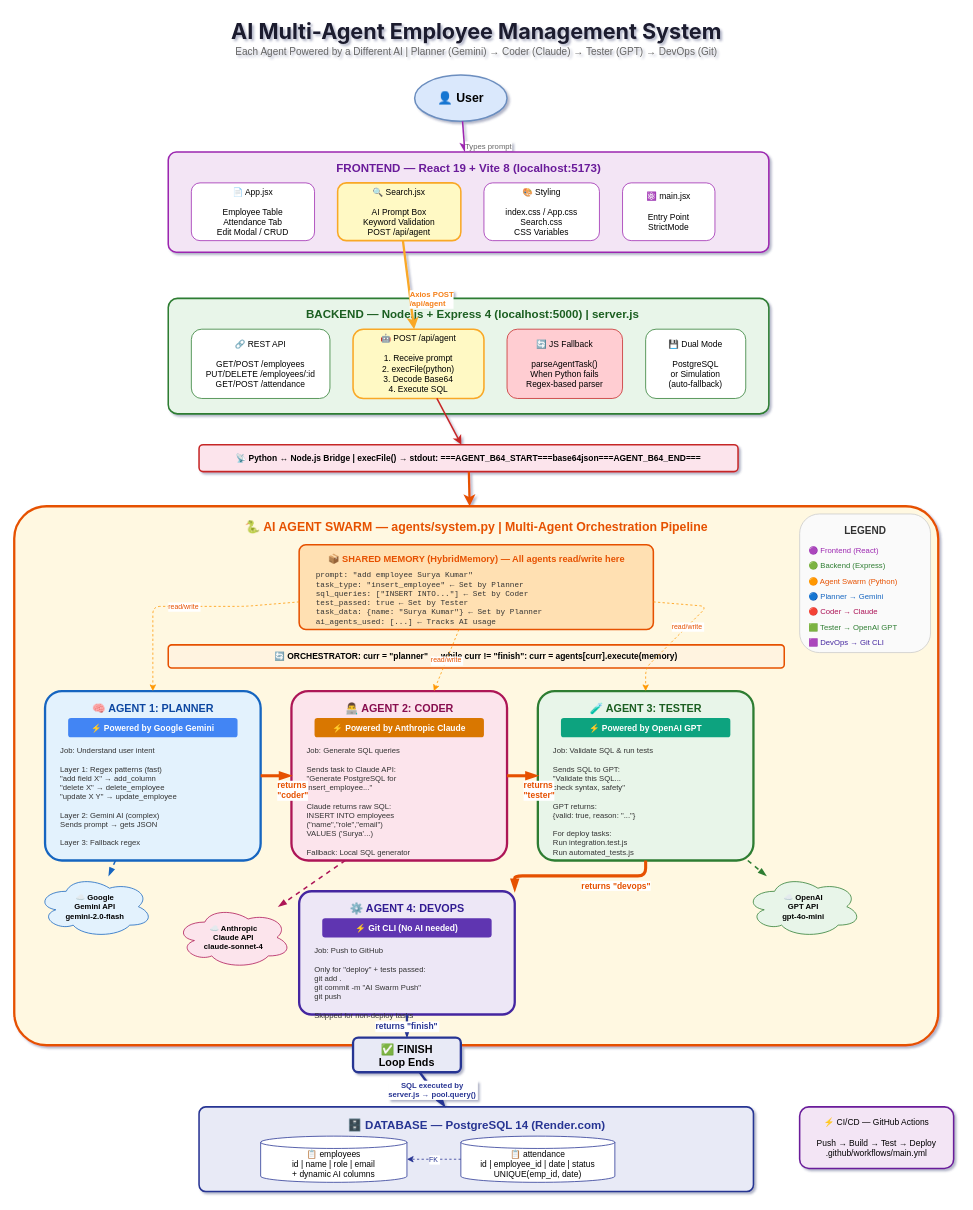
Earlier version of the draw.io diagram architecture-diagram.drawio (Suryaprakash20038/Multiple-Agent). Source tidied: cells renumbered, new cells numbered last; positions are measured from the earlier drawing's top-left corner, leaving out a move shared by most shapes. Both pictures are drawn from the tidied source at 77%, with x=0, y=0 at pixel (14, 13).
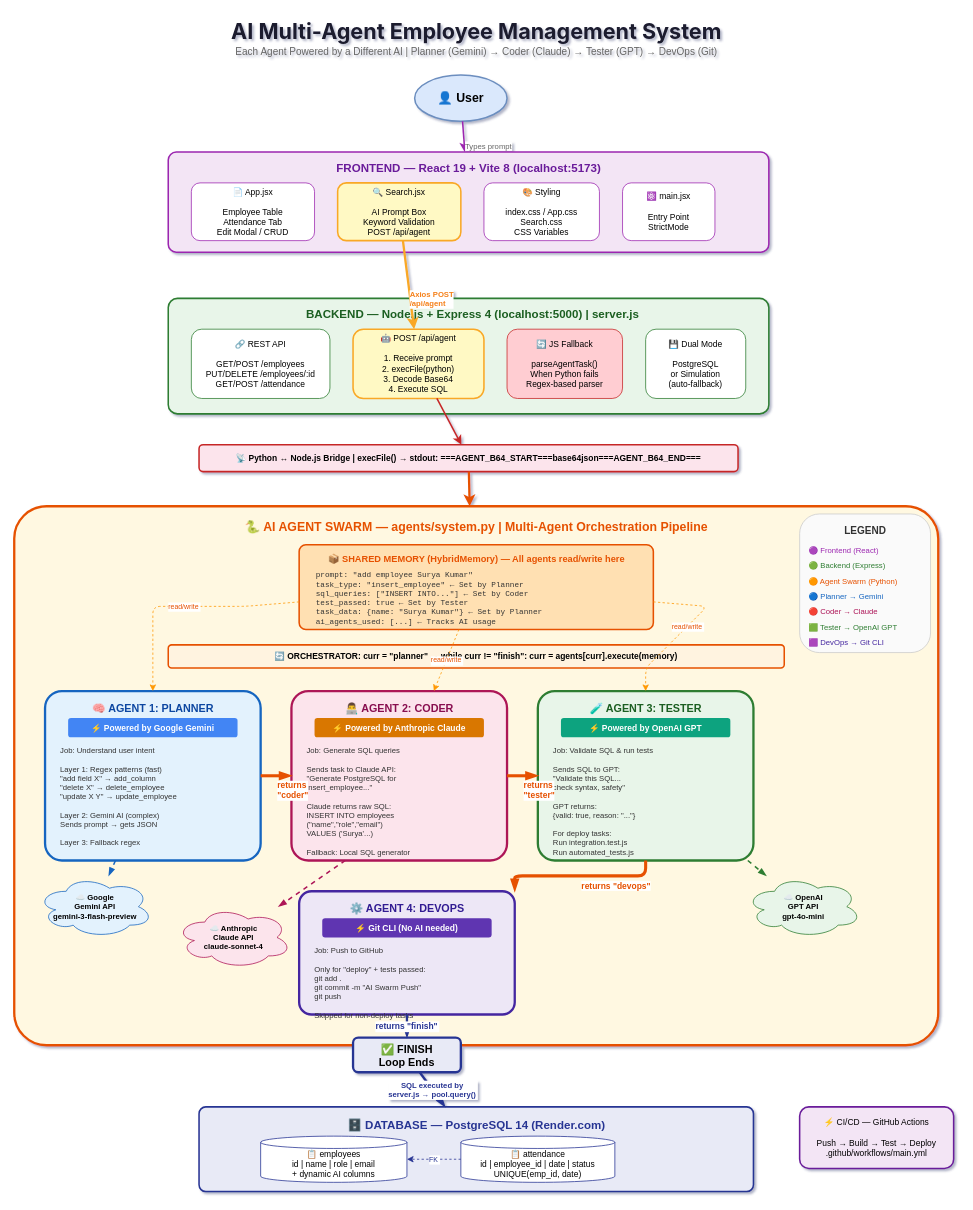
Above is the later version.

Change to the diagram source:
```diff
@@
-    <mxCell id="57" value="☁️ Google&#10;Gemini API&#10;gemini-2.0-flash" style="shape=cloud;whiteSpace=wrap;html=1;fillColor=#e3f2fd;strokeColor=#1565c0;fontSize=10;fontStyle=1;align=center;" parent="1" vertex="1">
+    <mxCell id="57" value="☁️ Google&#10;Gemini API&#10;gemini-3-flash-preview" style="shape=cloud;whiteSpace=wrap;html=1;fillColor=#e3f2fd;strokeColor=#1565c0;fontSize=10;fontStyle=1;align=center;" parent="1" vertex="1">
       <mxGeometry x="30" y="1120" width="150" height="80" as="geometry" />
     </mxCell>
```
